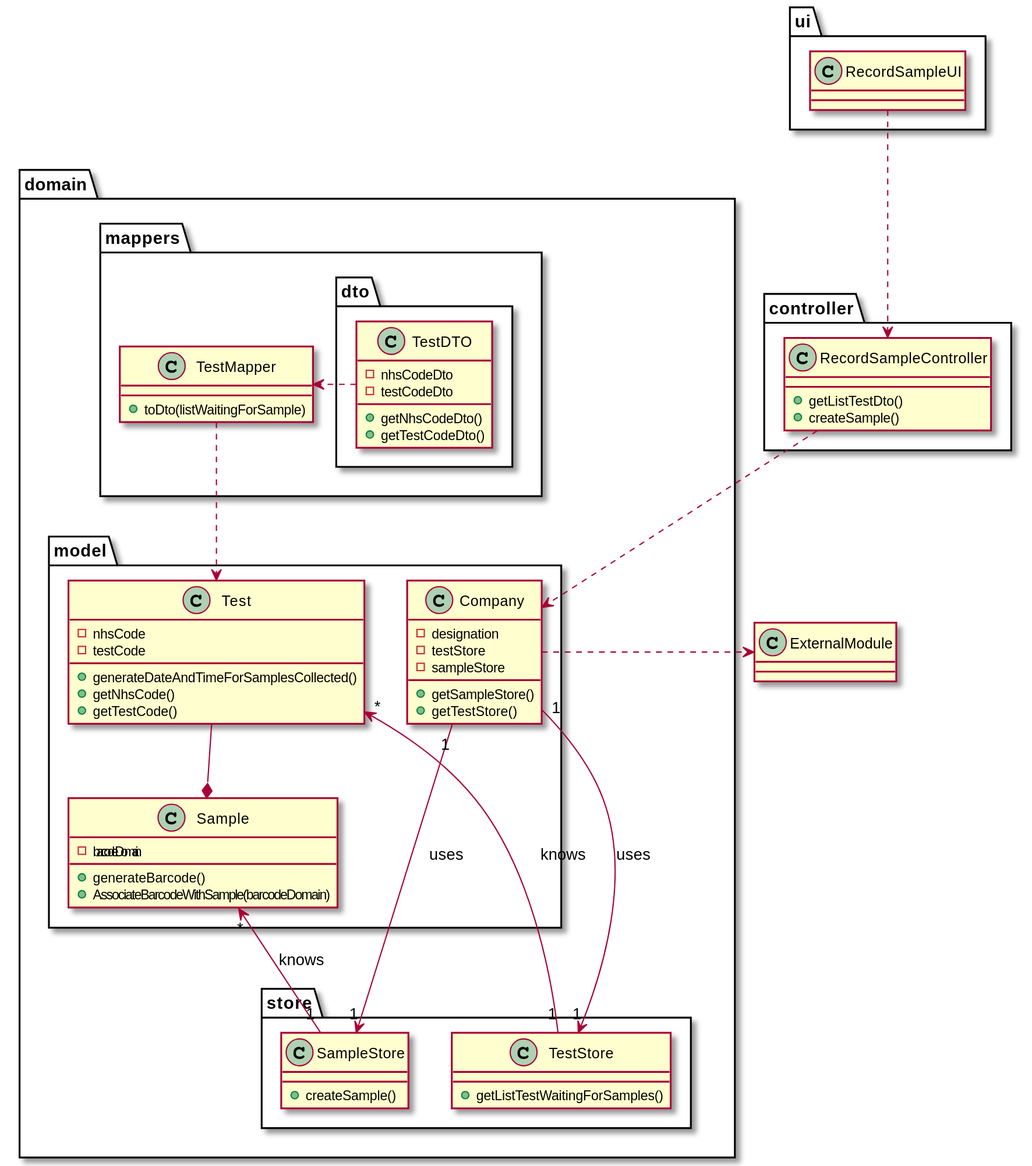
manu-07-ela/LAPR2_ISEP keeps this PlantUML diagram as docs/SprintC/US05/US05_CD.svg. Above is the earlier version.
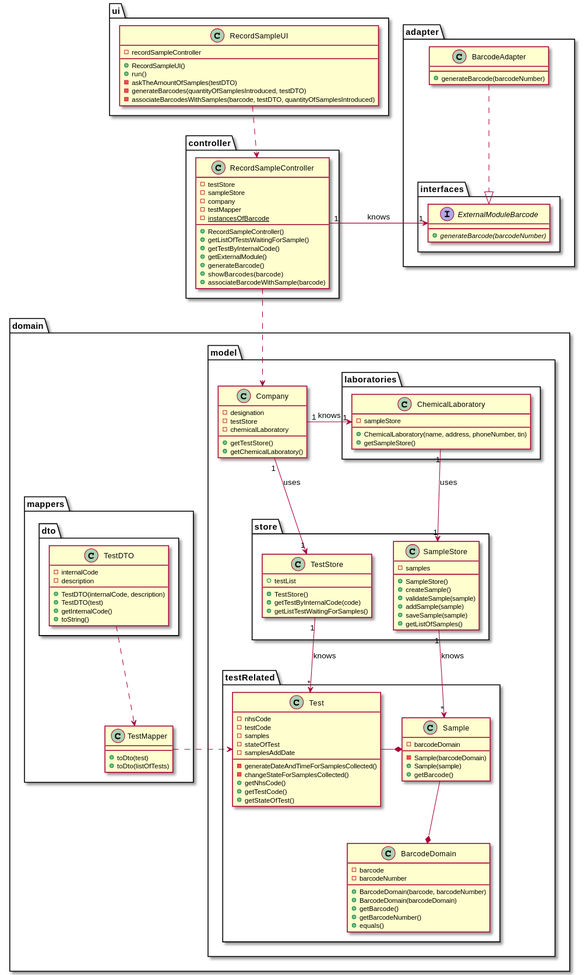
After the change.

Diff of the diagram source:
```diff
@@ -1,7 +1,11 @@
 @startuml
 
-class ExternalModule
-
+package adapter{
+class BarcodeAdapter
+package interfaces{
+interface ExternalModuleBarcode
+}
+}
 package ui{
 class RecordSampleUI
 }
@@ -11,28 +15,46 @@
 package domain{
 
 package model{
-class Company
+package testRelated {
 class Test
 class Sample
+class BarcodeDomain
 }
 package store{
 class TestStore
 class SampleStore
 }
+package laboratories {
+class ChemicalLaboratory
+}
+class Company
+
+}
+
 package mappers{
-
 class TestMapper
 
 package dto{
 class TestDTO
 
 }
+
+
+
 }
 }
 
 class Test{
 -nhsCode
 -testCode
+-samples
+-stateOfTest
+-samplesAddDate
+-generateDateAndTimeForSamplesCollected()
+-changeStateForSamplesCollected()
++getNhsCode()
++getTestCode()
++getStateOfTest()
 
 
 }
@@ -40,58 +62,113 @@
 class Company{
 -designation
 -testStore
--sampleStore
-+getSampleStore()
+-chemicalLaboratory
 +getTestStore()
++getChemicalLaboratory()
 }
 
 class RecordSampleController{
-+getListTestDto()
-+createSample()
+-testStore
+-sampleStore
+-company
+-testMapper
+-{static} instancesOfBarcode
++RecordSampleController()
++getListOfTestsWaitingForSample()
++getTestByInternalCode()
++getExternalModule()
++generateBarcode()
++showBarcodes(barcode)
++associateBarcodeWithSample(barcode)
+
+
 }
 
 class TestStore{
++testList
++TestStore()
++getTestByInternalCode(code)
 +getListTestWaitingForSamples()
 }
 
 class SampleStore{
+-samples
++SampleStore()
 +createSample()
++validateSample(sample)
++addSample(sample)
++saveSample(sample)
++getListOfSamples()
 }
 
-class Test{
-+generateDateAndTimeForSamplesCollected()
-+getNhsCode()
-+getTestCode()
-}
+
 
 class TestMapper {
-+toDto(listWaitingForSample)
++toDto(test)
++toDto(listOfTests)
 }
 
 class TestDTO {
--nhsCodeDto
--testCodeDto
-+getNhsCodeDto()
-+getTestCodeDto()
+-internalCode
+-description
++TestDTO(internalCode, description)
++TestDTO(test)
++getInternalCode()
++toString()
 }
 
 class Sample {
 -barcodeDomain
-+generateBarcode()
-+AssociateBarcodeWithSample(barcodeDomain)
+-Sample(barcodeDomain)
++Sample(sample)
++getBarcode()
 
+}
+class BarcodeDomain {
+-barcode
+-barcodeNumber
++BarcodeDomain(barcode, barcodeNumber)
++BarcodeDomain(barcodeDomain)
++getBarcode()
++getBarcodeNumber()
++equals()
+}
+
+class ChemicalLaboratory {
+-sampleStore
++ChemicalLaboratory(name, address, phoneNumber, tin)
++getSampleStore()
+}
+class RecordSampleUI {
+-recordSampleController
++RecordSampleUI()
++run()
+-askTheAmountOfSamples(testDTO)
+-generateBarcodes(quantityOfSamplesIntroduced, testDTO)
+-associateBarcodesWithSamples(barcode, testDTO, quantityOfSamplesIntroduced)
+
+
+}
+interface ExternalModuleBarcode {
++{abstract} generateBarcode(barcodeNumber)
+}
+class BarcodeAdapter {
++ generateBarcode(barcodeNumber)
 }
 
 RecordSampleUI..>RecordSampleController
 RecordSampleController..>Company
-Company"1"---->"1"SampleStore : uses
-Company"1"--->"1"TestStore : uses
+Company"1"->"1"ChemicalLaboratory : knows
+ChemicalLaboratory"1"-->"1"SampleStore : uses
+Company"1"-->"1"TestStore : uses
 SampleStore "1" --> "*"Sample : knows
-TestStore "1"---->"*"Test : knows
-Test --* Sample
-Company .>ExternalModule
-TestDTO.>TestMapper
-TestMapper..>Test
+TestStore "1"-->"*"Test : knows
+Test -* Sample
+Sample --* BarcodeDomain
+TestDTO..>TestMapper
+TestMapper.>Test
+BarcodeAdapter..|>ExternalModuleBarcode
+RecordSampleController"1"->"1"ExternalModuleBarcode : knows
 
 
 
```
